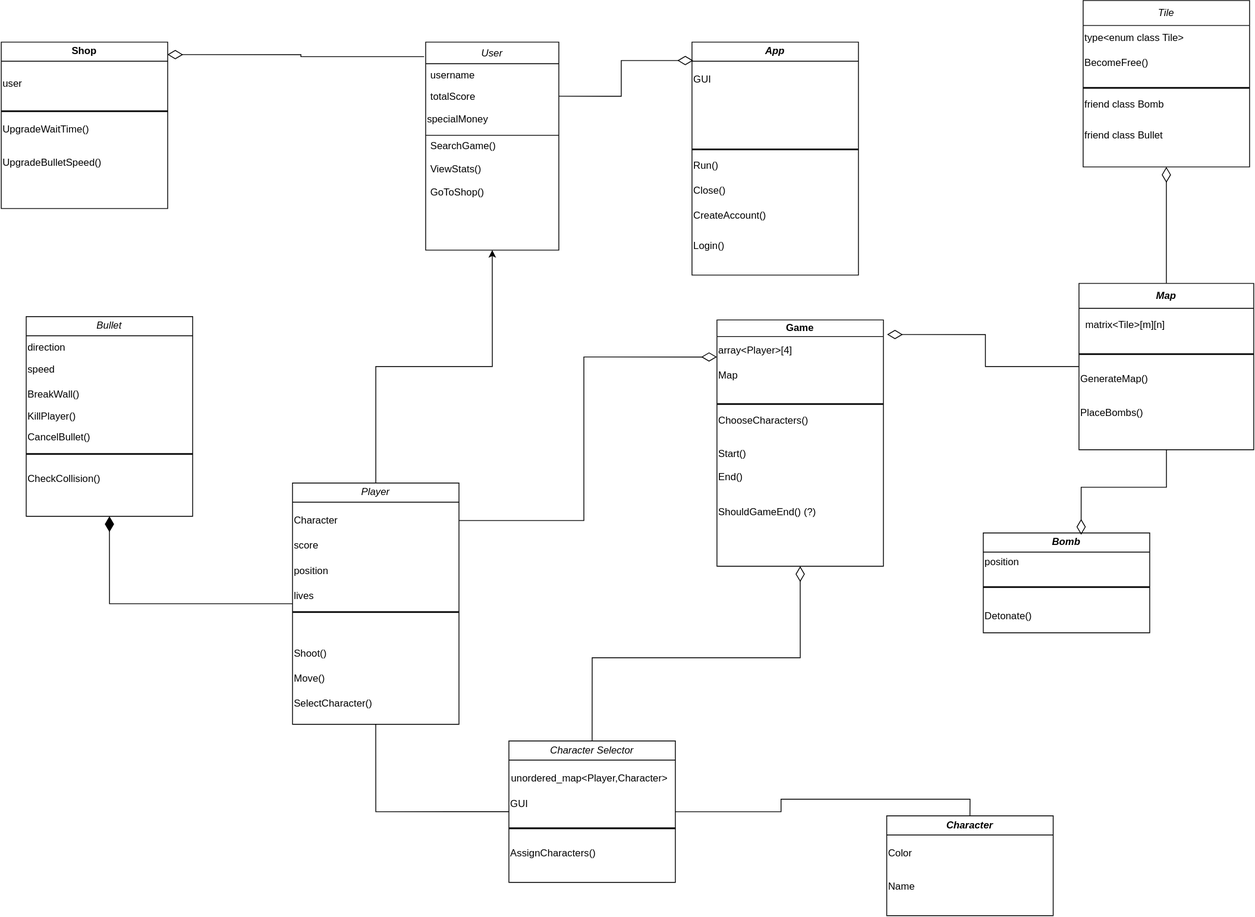
Above: BattleCity.svg in bogdanmb04/modern-c-project (draw.io), before the change. Source tidied: cells renumbered, new cells last; positions are measured from the earlier drawing's top-left corner, leaving out a move shared by most shapes.
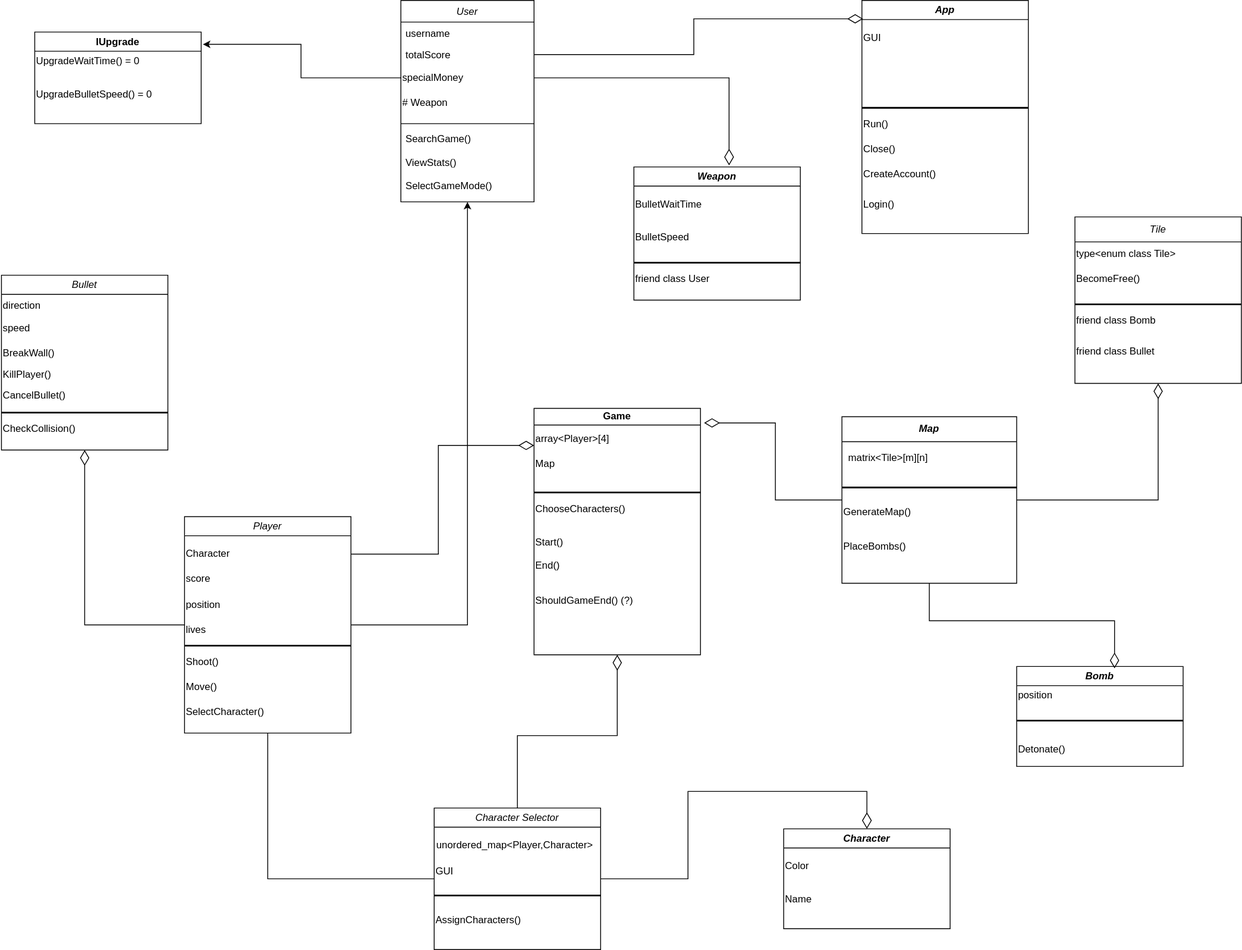
The same file after the commit.

What changed in the source:
```diff
@@ -3,7 +3,7 @@
     <mxCell id="0" />
     <mxCell id="1" parent="0" />
     <mxCell id="2" value="User" style="swimlane;fontStyle=2;align=center;verticalAlign=top;horizontal=1;startSize=26;rounded=0;shadow=0;strokeWidth=1;" parent="1" vertex="1">
-      <mxGeometry x="510" y="50" width="160" height="250" as="geometry" />
+      <mxGeometry x="510" y="50" width="160" height="242" as="geometry" />
     </mxCell>
     <mxCell id="3" value="username" style="text;align=left;verticalAlign=top;spacingLeft=4;spacingRight=4;overflow=hidden;" parent="2" vertex="1">
       <mxGeometry y="26" width="160" height="26" as="geometry" />
@@ -14,14 +14,17 @@
     <mxCell id="5" value="specialMoney" style="text;html=1;align=left;verticalAlign=middle;whiteSpace=wrap;rounded=0;" parent="2" vertex="1">
       <mxGeometry y="78" width="160" height="30" as="geometry" />
     </mxCell>
+    <mxCell id="79" value="&lt;div align=&quot;left&quot;&gt;# Weapon&lt;/div&gt;" style="text;html=1;align=left;verticalAlign=middle;whiteSpace=wrap;rounded=0;" parent="2" vertex="1">
+      <mxGeometry y="108" width="160" height="30" as="geometry" />
+    </mxCell>
     <mxCell id="6" style="line;html=1;strokeWidth=1;align=left;verticalAlign=middle;spacingTop=-1;spacingLeft=3;spacingRight=3;labelPosition=right;" parent="2" vertex="1">
-      <mxGeometry y="108" width="160" height="8" as="geometry" />
+      <mxGeometry y="138" width="160" height="20" as="geometry" />
     </mxCell>
-    <mxCell id="7" value="SearchGame()&#10;&#10;ViewStats()&#10;&#10;GoToShop()&#10;&#10;" style="text;align=left;verticalAlign=middle;spacingLeft=4;spacingRight=4;overflow=hidden;labelPosition=center;verticalLabelPosition=middle;" parent="2" vertex="1">
-      <mxGeometry y="116" width="160" height="84" as="geometry" />
+    <mxCell id="7" value="SearchGame()&#10;&#10;ViewStats()&#10;&#10;SelectGameMode()&#10;&#10;&#10;" style="text;align=left;verticalAlign=middle;spacingLeft=4;spacingRight=4;overflow=hidden;labelPosition=center;verticalLabelPosition=middle;" parent="2" vertex="1">
+      <mxGeometry y="158" width="160" height="84" as="geometry" />
     </mxCell>
     <mxCell id="8" value="Game" style="swimlane;whiteSpace=wrap;html=1;startSize=20;" parent="1" vertex="1">
-      <mxGeometry x="860" y="384" width="200" height="296" as="geometry" />
+      <mxGeometry x="670" y="540" width="200" height="296" as="geometry" />
     </mxCell>
     <mxCell id="9" value="array&amp;lt;Player&amp;gt;[4]" style="text;html=1;align=left;verticalAlign=middle;whiteSpace=wrap;rounded=0;" parent="8" vertex="1">
       <mxGeometry y="22" width="200" height="30" as="geometry" />
@@ -45,7 +48,7 @@
       <mxGeometry y="52" width="200" height="30" as="geometry" />
     </mxCell>
     <mxCell id="16" value="&lt;span style=&quot;font-weight: normal;&quot;&gt;&lt;i&gt;Tile&lt;/i&gt;&lt;/span&gt;" style="swimlane;whiteSpace=wrap;html=1;startSize=30;" parent="1" vertex="1">
-      <mxGeometry x="1300" width="200" height="200" as="geometry" />
+      <mxGeometry x="1320" y="310" width="200" height="200" as="geometry" />
     </mxCell>
     <mxCell id="17" value="type&amp;lt;enum class Tile&amp;gt;" style="text;html=1;align=left;verticalAlign=middle;whiteSpace=wrap;rounded=0;" parent="16" vertex="1">
       <mxGeometry y="30" width="200" height="30" as="geometry" />
@@ -63,7 +66,7 @@
       <mxGeometry y="147" width="200" height="30" as="geometry" />
     </mxCell>
     <mxCell id="22" value="&lt;span style=&quot;font-weight: normal;&quot;&gt;&lt;i&gt;Bullet&lt;/i&gt;&lt;/span&gt;" style="swimlane;whiteSpace=wrap;html=1;" parent="1" vertex="1">
-      <mxGeometry x="30" y="380" width="200" height="240" as="geometry" />
+      <mxGeometry x="30" y="380" width="200" height="210" as="geometry" />
     </mxCell>
     <mxCell id="23" value="direction" style="text;html=1;align=left;verticalAlign=middle;whiteSpace=wrap;rounded=0;" parent="22" vertex="1">
       <mxGeometry y="24.5" width="190.5" height="24.5" as="geometry" />
@@ -72,7 +75,7 @@
       <mxGeometry y="160" width="200" height="10" as="geometry" />
     </mxCell>
     <mxCell id="25" value="CheckCollision()" style="text;html=1;align=left;verticalAlign=middle;whiteSpace=wrap;rounded=0;" parent="22" vertex="1">
-      <mxGeometry y="180" width="200" height="30" as="geometry" />
+      <mxGeometry y="170" width="200" height="30" as="geometry" />
     </mxCell>
     <mxCell id="26" value="speed" style="text;html=1;align=left;verticalAlign=middle;whiteSpace=wrap;rounded=0;" parent="22" vertex="1">
       <mxGeometry y="49" width="200" height="30" as="geometry" />
@@ -87,7 +90,7 @@
       <mxGeometry y="130" width="200" height="30" as="geometry" />
     </mxCell>
     <mxCell id="30" value="App" style="swimlane;whiteSpace=wrap;html=1;fontStyle=3;" parent="1" vertex="1">
-      <mxGeometry x="830" y="50" width="200" height="280" as="geometry" />
+      <mxGeometry x="1064" y="50" width="200" height="280" as="geometry" />
     </mxCell>
     <mxCell id="31" style="line;strokeWidth=2;html=1;" parent="30" vertex="1">
       <mxGeometry y="124" width="200" height="10" as="geometry" />
@@ -110,11 +113,11 @@
     <mxCell id="37" style="edgeStyle=orthogonalEdgeStyle;rounded=0;jettySize=auto;html=1;entryX=0.5;entryY=1;entryDx=0;entryDy=0;" parent="1" edge="1" source="39" target="2">
       <mxGeometry relative="1" as="geometry" />
     </mxCell>
-    <mxCell id="38" style="edgeStyle=orthogonalEdgeStyle;rounded=0;jettySize=auto;html=1;entryX=0.5;entryY=1;entryDx=0;entryDy=0;endArrow=diamondThin;endFill=1;endSize=16;" parent="1" edge="1" source="39" target="22">
+    <mxCell id="38" style="edgeStyle=orthogonalEdgeStyle;rounded=0;jettySize=auto;html=1;entryX=0.5;entryY=1;entryDx=0;entryDy=0;endArrow=diamondThin;endFill=0;endSize=16;" parent="1" edge="1" source="39" target="22">
       <mxGeometry relative="1" as="geometry" />
     </mxCell>
     <mxCell id="39" value="&lt;i style=&quot;font-weight: normal;&quot;&gt;Player&lt;/i&gt;" style="swimlane;whiteSpace=wrap;html=1;align=center;" parent="1" vertex="1">
-      <mxGeometry x="350" y="580" width="200" height="290" as="geometry" />
+      <mxGeometry x="250" y="670" width="200" height="260" as="geometry" />
     </mxCell>
     <mxCell id="40" value="Character" style="text;html=1;align=left;verticalAlign=middle;whiteSpace=wrap;rounded=0;" parent="39" vertex="1">
       <mxGeometry y="30" width="200" height="30" as="geometry" />
@@ -123,16 +126,16 @@
       <mxGeometry y="150" width="200" height="10" as="geometry" />
     </mxCell>
     <mxCell id="42" value="Shoot()" style="text;html=1;align=left;verticalAlign=middle;whiteSpace=wrap;rounded=0;" parent="39" vertex="1">
-      <mxGeometry y="190" width="200" height="30" as="geometry" />
+      <mxGeometry y="160" width="200" height="30" as="geometry" />
     </mxCell>
     <mxCell id="43" value="Move()" style="text;html=1;align=left;verticalAlign=middle;whiteSpace=wrap;rounded=0;" parent="39" vertex="1">
-      <mxGeometry y="220" width="200" height="30" as="geometry" />
+      <mxGeometry y="190" width="200" height="30" as="geometry" />
     </mxCell>
     <mxCell id="44" value="score" style="text;html=1;align=left;verticalAlign=middle;whiteSpace=wrap;rounded=0;" parent="39" vertex="1">
       <mxGeometry y="60" width="200" height="30" as="geometry" />
     </mxCell>
     <mxCell id="45" value="SelectCharacter()" style="text;html=1;align=left;verticalAlign=middle;whiteSpace=wrap;rounded=0;" parent="39" vertex="1">
-      <mxGeometry y="250" width="200" height="30" as="geometry" />
+      <mxGeometry y="220" width="200" height="30" as="geometry" />
     </mxCell>
     <mxCell id="46" value="&lt;div align=&quot;left&quot;&gt;position&lt;br&gt;&lt;/div&gt;" style="text;html=1;align=left;verticalAlign=middle;whiteSpace=wrap;rounded=0;" parent="39" vertex="1">
       <mxGeometry y="91" width="200" height="30" as="geometry" />
@@ -146,32 +149,23 @@
     <mxCell id="49" style="edgeStyle=orthogonalEdgeStyle;rounded=0;jettySize=auto;html=1;exitX=1;exitY=0.5;exitDx=0;exitDy=0;endArrow=diamondThin;endFill=0;endSize=16;entryX=0.007;entryY=0.079;entryDx=0;entryDy=0;entryPerimeter=0;" parent="1" edge="1" source="4" target="30">
       <mxGeometry relative="1" as="geometry" />
     </mxCell>
-    <mxCell id="50" value="Shop" style="swimlane;whiteSpace=wrap;html=1;" parent="1" vertex="1">
-      <mxGeometry y="50" width="200" height="200" as="geometry" />
+    <mxCell id="50" value="IUpgrade" style="swimlane;whiteSpace=wrap;html=1;startSize=23;" parent="1" vertex="1">
+      <mxGeometry x="70" y="88" width="200" height="110" as="geometry" />
     </mxCell>
-    <mxCell id="51" value="UpgradeWaitTime()" style="text;html=1;align=left;verticalAlign=middle;whiteSpace=wrap;rounded=0;" parent="50" vertex="1">
-      <mxGeometry y="90" width="200" height="30" as="geometry" />
+    <mxCell id="51" value="UpgradeWaitTime() = 0" style="text;html=1;align=left;verticalAlign=middle;whiteSpace=wrap;rounded=0;" parent="50" vertex="1">
+      <mxGeometry y="20" width="200" height="30" as="geometry" />
     </mxCell>
-    <mxCell id="52" value="UpgradeBulletSpeed()" style="text;html=1;align=left;verticalAlign=middle;whiteSpace=wrap;rounded=0;" parent="50" vertex="1">
-      <mxGeometry y="130" width="200" height="30" as="geometry" />
+    <mxCell id="52" value="UpgradeBulletSpeed() = 0" style="text;html=1;align=left;verticalAlign=middle;whiteSpace=wrap;rounded=0;" parent="50" vertex="1">
+      <mxGeometry y="60" width="200" height="30" as="geometry" />
     </mxCell>
-    <mxCell id="53" style="line;strokeWidth=2;html=1;" parent="50" vertex="1">
-      <mxGeometry y="78" width="200" height="10" as="geometry" />
-    </mxCell>
-    <mxCell id="54" value="&lt;div align=&quot;left&quot;&gt;user&lt;/div&gt;" style="text;html=1;align=left;verticalAlign=middle;whiteSpace=wrap;rounded=0;" parent="50" vertex="1">
-      <mxGeometry y="35" width="190" height="30" as="geometry" />
-    </mxCell>
-    <mxCell id="55" style="edgeStyle=orthogonalEdgeStyle;rounded=0;jettySize=auto;html=1;entryX=0.998;entryY=0.075;entryDx=0;entryDy=0;entryPerimeter=0;endArrow=diamondThin;endFill=0;endSize=16;exitX=-0.012;exitY=0.07;exitDx=0;exitDy=0;exitPerimeter=0;" parent="1" edge="1" source="2" target="50">
-      <mxGeometry relative="1" as="geometry" />
-    </mxCell>
-    <mxCell id="56" style="edgeStyle=orthogonalEdgeStyle;rounded=0;jettySize=auto;html=1;entryX=0.5;entryY=0;entryDx=0;entryDy=0;endArrow=none;endFill=0;" parent="1" edge="1" source="58" target="63">
+    <mxCell id="56" style="edgeStyle=orthogonalEdgeStyle;rounded=0;jettySize=auto;html=1;entryX=0.5;entryY=0;entryDx=0;entryDy=0;endArrow=diamondThin;endFill=0;endSize=17;" parent="1" edge="1" source="58" target="63">
       <mxGeometry relative="1" as="geometry" />
     </mxCell>
     <mxCell id="57" style="edgeStyle=orthogonalEdgeStyle;rounded=0;jettySize=auto;html=1;exitX=0.5;exitY=0;exitDx=0;exitDy=0;entryX=0.5;entryY=1;entryDx=0;entryDy=0;endArrow=diamondThin;endFill=0;endSize=16;" parent="1" edge="1" source="58" target="8">
       <mxGeometry relative="1" as="geometry" />
     </mxCell>
     <mxCell id="58" value="&lt;i style=&quot;font-weight: normal;&quot;&gt;Character Selector&lt;/i&gt;" style="swimlane;whiteSpace=wrap;html=1;" parent="1" vertex="1">
-      <mxGeometry x="610" y="890" width="200" height="170" as="geometry" />
+      <mxGeometry x="550" y="1020" width="200" height="170" as="geometry" />
     </mxCell>
     <mxCell id="59" value="unordered_map&amp;lt;Player,Character&amp;gt;" style="text;html=1;align=left;verticalAlign=middle;whiteSpace=wrap;rounded=0;" parent="58" vertex="1">
       <mxGeometry x="1" y="30" width="200" height="30" as="geometry" />
@@ -186,7 +180,7 @@
       <mxGeometry y="61" width="200" height="30" as="geometry" />
     </mxCell>
     <mxCell id="63" value="&lt;i&gt;Character&lt;/i&gt;" style="swimlane;whiteSpace=wrap;html=1;startSize=23;" parent="1" vertex="1">
-      <mxGeometry x="1064" y="980" width="200" height="120" as="geometry" />
+      <mxGeometry x="970" y="1045" width="200" height="120" as="geometry" />
     </mxCell>
     <mxCell id="64" value="Color" style="text;html=1;align=left;verticalAlign=middle;whiteSpace=wrap;rounded=0;" parent="63" vertex="1">
       <mxGeometry y="30" width="200" height="30" as="geometry" />
@@ -198,7 +192,7 @@
       <mxGeometry relative="1" as="geometry" />
     </mxCell>
     <mxCell id="67" value="&lt;i&gt;Map&lt;/i&gt;" style="swimlane;whiteSpace=wrap;html=1;startSize=30;" parent="1" vertex="1">
-      <mxGeometry x="1295" y="340" width="210" height="200" as="geometry" />
+      <mxGeometry x="1040" y="550" width="210" height="200" as="geometry" />
     </mxCell>
     <mxCell id="68" value="matrix&amp;lt;Tile&amp;gt;[m][n]" style="text;html=1;align=left;verticalAlign=middle;whiteSpace=wrap;rounded=0;" parent="67" vertex="1">
       <mxGeometry x="6" y="35" width="200" height="30" as="geometry" />
@@ -216,7 +210,7 @@
       <mxGeometry relative="1" as="geometry" />
     </mxCell>
     <mxCell id="73" value="&lt;i&gt;Bomb&lt;/i&gt;" style="swimlane;whiteSpace=wrap;html=1;" parent="1" vertex="1">
-      <mxGeometry x="1180" y="640" width="200" height="120" as="geometry" />
+      <mxGeometry x="1250" y="850" width="200" height="120" as="geometry" />
     </mxCell>
     <mxCell id="74" value="Detonate()" style="text;html=1;align=left;verticalAlign=middle;whiteSpace=wrap;rounded=0;" parent="73" vertex="1">
       <mxGeometry y="85" width="200" height="30" as="geometry" />
@@ -233,5 +227,26 @@
     <mxCell id="78" style="edgeStyle=orthogonalEdgeStyle;rounded=0;jettySize=auto;html=1;entryX=0.588;entryY=0.018;entryDx=0;entryDy=0;entryPerimeter=0;endSize=16;endArrow=diamondThin;endFill=0;" parent="1" edge="1" source="67" target="73">
       <mxGeometry relative="1" as="geometry" />
     </mxCell>
+    <mxCell id="80" style="edgeStyle=orthogonalEdgeStyle;rounded=0;jettySize=auto;html=1;entryX=1.01;entryY=0.134;entryDx=0;entryDy=0;entryPerimeter=0;" parent="1" edge="1" source="5" target="50">
+      <mxGeometry relative="1" as="geometry" />
+    </mxCell>
+    <mxCell id="81" value="&lt;i&gt;Weapon&lt;/i&gt;" style="swimlane;whiteSpace=wrap;html=1;" parent="1" vertex="1">
+      <mxGeometry x="790" y="250" width="200" height="160" as="geometry" />
+    </mxCell>
+    <mxCell id="82" style="line;strokeWidth=2;html=1;" parent="81" vertex="1">
+      <mxGeometry y="110" width="200" height="10" as="geometry" />
+    </mxCell>
+    <mxCell id="83" value="&lt;div align=&quot;left&quot;&gt;BulletWaitTime&lt;/div&gt;" style="text;html=1;align=left;verticalAlign=middle;whiteSpace=wrap;rounded=0;" parent="81" vertex="1">
+      <mxGeometry y="30" width="200" height="30" as="geometry" />
+    </mxCell>
+    <mxCell id="84" value="&lt;div align=&quot;left&quot;&gt;BulletSpeed&lt;/div&gt;" style="text;html=1;align=left;verticalAlign=middle;whiteSpace=wrap;rounded=0;" parent="81" vertex="1">
+      <mxGeometry y="70" width="200" height="30" as="geometry" />
+    </mxCell>
+    <mxCell id="85" value="&lt;div align=&quot;left&quot;&gt;friend class User&lt;/div&gt;" style="text;html=1;align=left;verticalAlign=middle;whiteSpace=wrap;rounded=0;" parent="81" vertex="1">
+      <mxGeometry y="120" width="200" height="30" as="geometry" />
+    </mxCell>
+    <mxCell id="86" style="edgeStyle=orthogonalEdgeStyle;rounded=0;jettySize=auto;html=1;entryX=0.572;entryY=-0.012;entryDx=0;entryDy=0;entryPerimeter=0;endArrow=diamondThin;endFill=0;endSize=17;" parent="1" edge="1" source="5" target="81">
+      <mxGeometry relative="1" as="geometry" />
+    </mxCell>
   </root>
 </mxGraphModel>
```
